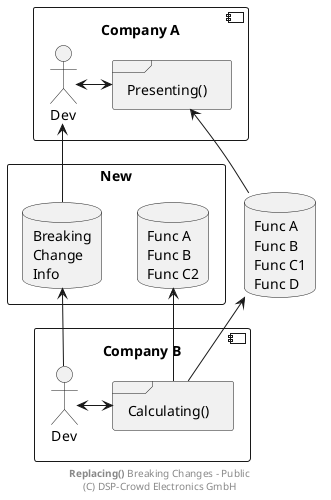
NoOrientationProgramming/NopExamples keeps this PlantUML diagram as doc/system/replacing/breaking_pub.png. Above is the earlier version.
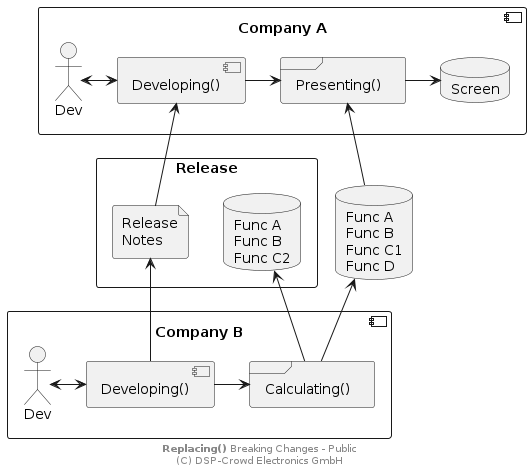
After the commit.

The edit, as a diff of the source:
```diff
@@ -1,24 +1,33 @@
 @startuml
 
 component "Company A" as pComp1 {
-  actor "Dev" as pDev1
+
+  database "Screen" as sScreen
+
+  actor "Dev" as pAct1
+  component "Developing()" as pDev1
   frame "Presenting()" as pPres
 
-  pDev1 <-> pPres
+  pAct1 <-> pDev1
+  pDev1 -> pPres
+  pPres -> sScreen
 }
 
-rectangle "New" as pNew {
+rectangle "Release" as sRel {
   database "Func A\nFunc B\nFunc C2" as sFunc2
-  database "Breaking\nChange\nInfo" as sInfo
+  file "Release\nNotes" as sInfo
 }
 
 database "Func A\nFunc B\nFunc C1\nFunc D" as sFunc1
 
 component "Company B" as pComp2 {
-  actor "Dev" as pDev2
+
+  actor "Dev" as pAct2
+  component "Developing()" as pDev2
   frame "Calculating()" as pCalc
 
-  pDev2 <-> pCalc
+  pAct2 <-> pDev2
+  pDev2 -> pCalc
 }
 
 sInfo .r[hidden]. sFunc2
```
